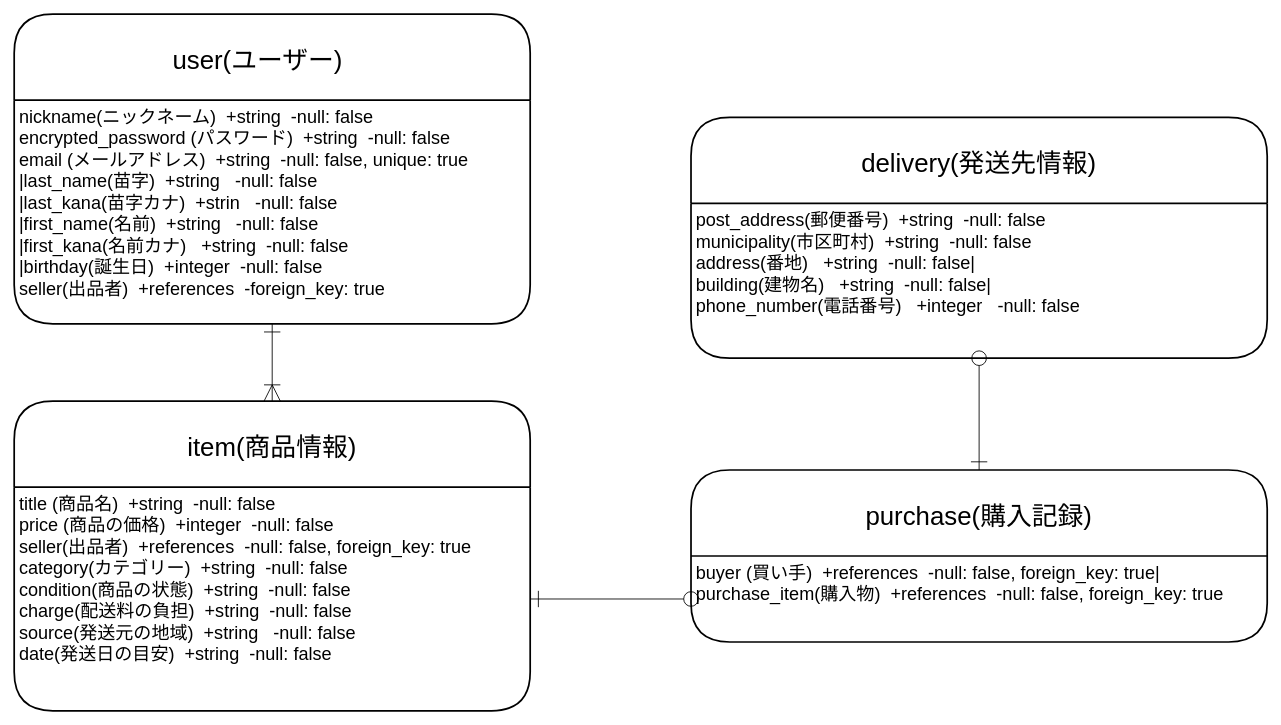
Earlier version of the draw.io diagram furima_app.dio (you12eve/furima-37200). Source tidied: cells renumbered, new cells numbered last; positions are measured from the earlier drawing's top-left corner, leaving out a move shared by most shapes. Both pictures are drawn from the tidied source at 86%, with x=0, y=0 at pixel (14, 14).
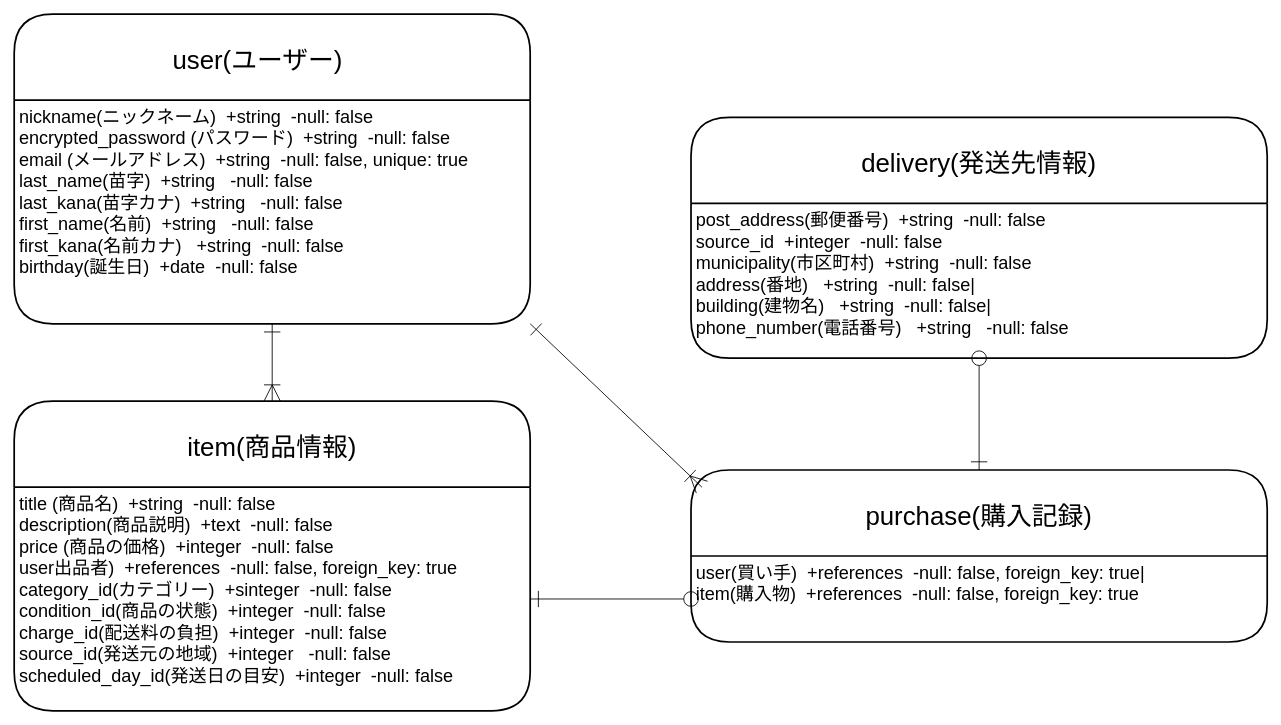
After the change.

What changed in the source:
```diff
@@
 <mxGraphModel>
   <root>
     <mxCell id="0" />
     <mxCell id="1" parent="0" />
     <mxCell id="2" value="user(ユーザー)    " style="swimlane;horizontal=1;startSize=100;rounded=1;fontSize=30;fontStyle=0;strokeWidth=2;shadow=0;dashed=0;align=center;" parent="1" vertex="1">
       <mxGeometry width="600" height="360" as="geometry" />
     </mxCell>
-    <mxCell id="3" value="nickname(ニックネーム)  +string  -null: false&#10;encrypted_password (パスワード)  +string  -null: false &#10;email (メールアドレス)  +string  -null: false, unique: true&#10;|last_name(苗字)  +string   -null: false&#10;|last_kana(苗字カナ)  +strin   -null: false&#10;|first_name(名前)  +string   -null: false&#10;|first_kana(名前カナ)   +string  -null: false&#10;|birthday(誕生日)  +integer  -null: false&#10;seller(出品者)  +references  -foreign_key: true" style="align=left;strokeColor=none;fillColor=none;spacingLeft=4;fontSize=21;verticalAlign=top;" parent="2" vertex="1">
+    <mxCell id="3" value="nickname(ニックネーム)  +string  -null: false&#10;encrypted_password (パスワード)  +string  -null: false &#10;email (メールアドレス)  +string  -null: false, unique: true&#10;last_name(苗字)  +string   -null: false&#10;last_kana(苗字カナ)  +string   -null: false&#10;first_name(名前)  +string   -null: false&#10;first_kana(名前カナ)   +string  -null: false&#10;birthday(誕生日)  +date  -null: false" style="align=left;strokeColor=none;fillColor=none;spacingLeft=4;fontSize=21;verticalAlign=top;" parent="2" vertex="1">
       <mxGeometry y="100" width="600" height="260" as="geometry" />
     </mxCell>
     <mxCell id="4" value="item(商品情報)" style="swimlane;horizontal=1;startSize=100;rounded=1;fontSize=30;fontStyle=0;strokeWidth=2;shadow=0;dashed=0;align=center;" parent="1" vertex="1">
       <mxGeometry y="450" width="600" height="360" as="geometry" />
     </mxCell>
-    <mxCell id="5" value="title (商品名)  +string  -null: false &#10;price (商品の価格)  +integer  -null: false&#10;seller(出品者)  +references  -null: false, foreign_key: true&#10;category(カテゴリー)  +string  -null: false&#10;condition(商品の状態)  +string  -null: false&#10;charge(配送料の負担)  +string  -null: false&#10;source(発送元の地域)  +string   -null: false&#10;date(発送日の目安)  +string  -null: false" style="align=left;strokeColor=none;fillColor=none;spacingLeft=4;fontSize=21;verticalAlign=top;" parent="4" vertex="1">
+    <mxCell id="5" value="title (商品名)  +string  -null: false &#10;description(商品説明)  +text  -null: false&#10;price (商品の価格)  +integer  -null: false&#10;user出品者)  +references  -null: false, foreign_key: true&#10;category_id(カテゴリー)  +sinteger  -null: false&#10;condition_id(商品の状態)  +integer  -null: false&#10;charge_id(配送料の負担)  +integer  -null: false&#10;source_id(発送元の地域)  +integer   -null: false&#10;scheduled_day_id(発送日の目安)  +integer  -null: false" style="align=left;strokeColor=none;fillColor=none;spacingLeft=4;fontSize=21;verticalAlign=top;" parent="4" vertex="1">
       <mxGeometry y="100" width="600" height="260" as="geometry" />
     </mxCell>
     <mxCell id="6" style="edgeStyle=none;html=1;exitX=0.5;exitY=0;exitDx=0;exitDy=0;entryX=0.5;entryY=1;entryDx=0;entryDy=0;fontSize=30;startArrow=ERone;startFill=0;endArrow=oval;endFill=0;startSize=17;endSize=17;" parent="1" edge="1" source="7" target="10">
       <mxGeometry relative="1" as="geometry" />
     </mxCell>
     <mxCell id="7" value="purchase(購入記録)" style="swimlane;horizontal=1;startSize=100;rounded=1;fontSize=30;fontStyle=0;strokeWidth=2;shadow=0;dashed=0;align=center;" parent="1" vertex="1">
       <mxGeometry x="787" y="530" width="670" height="200" as="geometry" />
     </mxCell>
-    <mxCell id="8" value="buyer (買い手)  +references  -null: false, foreign_key: true|&#10;purchase_item(購入物)  +references  -null: false, foreign_key: true" style="align=left;strokeColor=none;fillColor=none;spacingLeft=4;fontSize=21;verticalAlign=top;" parent="7" vertex="1">
+    <mxCell id="8" value="user(買い手)  +references  -null: false, foreign_key: true|&#10;item(購入物)  +references  -null: false, foreign_key: true" style="align=left;strokeColor=none;fillColor=none;spacingLeft=4;fontSize=21;verticalAlign=top;" parent="7" vertex="1">
       <mxGeometry y="100" width="670" height="100" as="geometry" />
     </mxCell>
     <mxCell id="9" value="delivery(発送先情報)" style="swimlane;horizontal=1;startSize=100;rounded=1;fontSize=30;fontStyle=0;strokeWidth=2;shadow=0;dashed=0;align=center;" parent="1" vertex="1">
       <mxGeometry x="787" y="120" width="670" height="280" as="geometry" />
     </mxCell>
-    <mxCell id="10" value="post_address(郵便番号)  +string  -null: false&#10;municipality(市区町村)  +string  -null: false&#10;address(番地)   +string  -null: false|&#10;building(建物名)   +string  -null: false|&#10;phone_number(電話番号)   +integer   -null: false" style="align=left;strokeColor=none;fillColor=none;spacingLeft=4;fontSize=21;verticalAlign=top;" parent="9" vertex="1">
+    <mxCell id="10" value="post_address(郵便番号)  +string  -null: false&#10;source_id  +integer  -null: false&#10;municipality(市区町村)  +string  -null: false&#10;address(番地)   +string  -null: false|&#10;building(建物名)   +string  -null: false|&#10;phone_number(電話番号)   +string   -null: false" style="align=left;strokeColor=none;fillColor=none;spacingLeft=4;fontSize=21;verticalAlign=top;" parent="9" vertex="1">
       <mxGeometry y="100" width="670" height="180" as="geometry" />
     </mxCell>
     <mxCell id="11" style="edgeStyle=none;html=1;exitX=0.5;exitY=1;exitDx=0;exitDy=0;fontSize=30;startArrow=ERone;startFill=0;endArrow=ERoneToMany;endFill=0;endSize=17;startSize=17;" parent="1" edge="1" source="3" target="4">
       <mxGeometry relative="1" as="geometry" />
     </mxCell>
     <mxCell id="12" style="edgeStyle=none;html=1;exitX=1;exitY=0.5;exitDx=0;exitDy=0;entryX=0;entryY=0.5;entryDx=0;entryDy=0;fontSize=30;startArrow=ERone;startFill=0;endArrow=oval;endFill=0;startSize=17;endSize=17;" parent="1" edge="1" source="5" target="8">
       <mxGeometry relative="1" as="geometry" />
     </mxCell>
+    <mxCell id="13" style="edgeStyle=none;html=1;exitX=1;exitY=1;exitDx=0;exitDy=0;entryX=0.019;entryY=0.1;entryDx=0;entryDy=0;entryPerimeter=0;fontSize=30;startArrow=ERone;startFill=0;endArrow=ERoneToMany;endFill=0;startSize=17;endSize=17;" parent="1" edge="1" source="3" target="7">
+      <mxGeometry relative="1" as="geometry" />
+    </mxCell>
   </root>
 </mxGraphModel>
```
